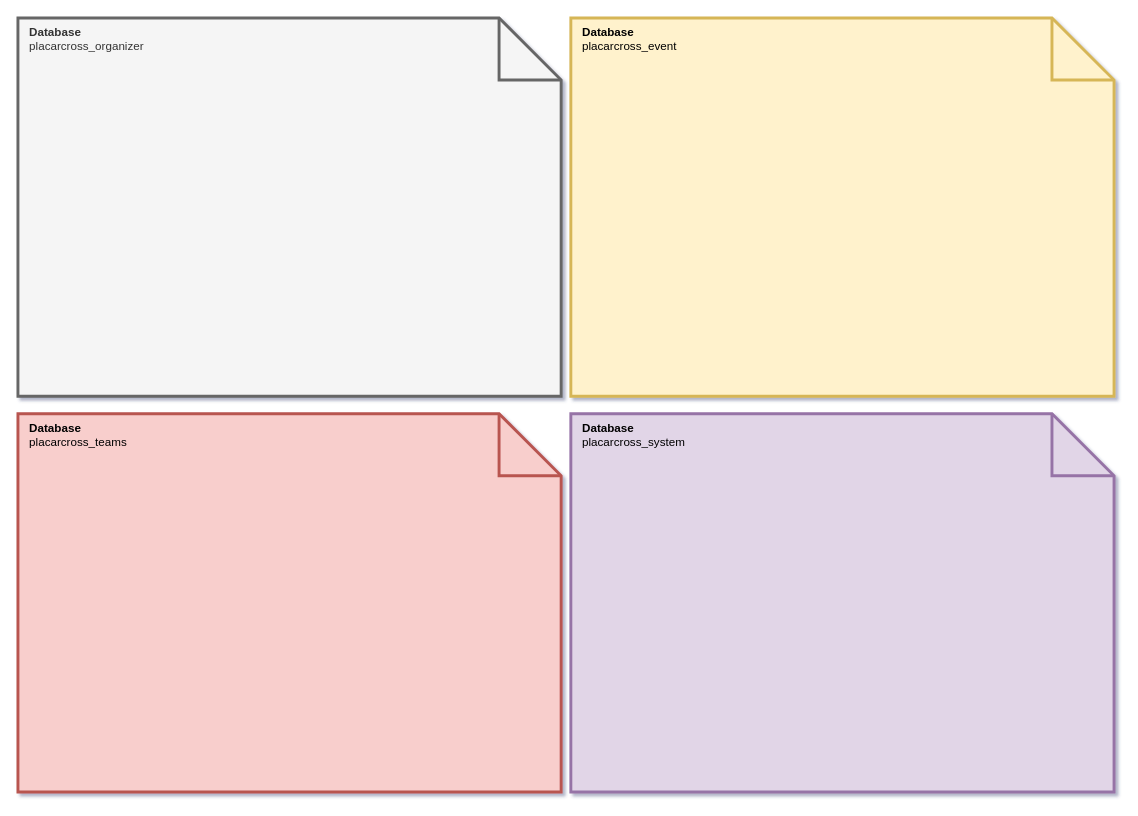
This is page "Page-1" (1 of 4) of relacionamento.drawio from sandromaia87/crossfit, a draw.io file, before an edit. Source tidied: cells renumbered, new cells numbered last; positions are measured from the earlier drawing's top-left corner, leaving out a move shared by most shapes. Both pictures are drawn from the tidied source at 97%, with x=0, y=0 at pixel (17, 17).
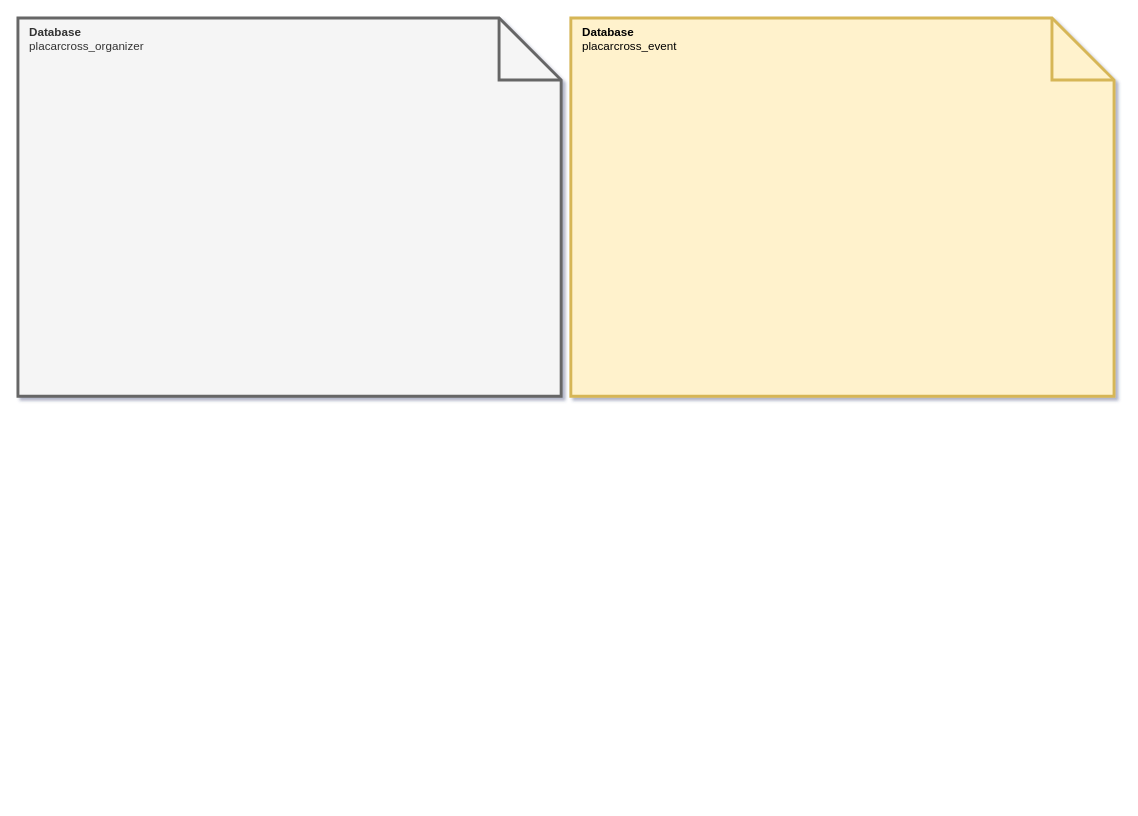
After the change.

What changed in the source:
```diff
@@
 <mxGraphModel shadow="1">
   <root>
     <mxCell id="0" />
     <mxCell id="1" parent="0" />
     <mxCell id="2" value="&lt;div&gt;&amp;nbsp;&amp;nbsp; &lt;b&gt;Database&lt;/b&gt;&lt;br&gt;&lt;/div&gt;&lt;div&gt;&amp;nbsp;&amp;nbsp; placarcross_event&lt;br&gt;&lt;/div&gt;&lt;div&gt;&lt;br&gt;&lt;/div&gt;&lt;div&gt;&lt;br&gt;&lt;/div&gt;&lt;div&gt;&lt;br&gt;&lt;/div&gt;&lt;div&gt;&lt;br&gt;&lt;/div&gt;&lt;div&gt;&lt;br&gt;&lt;/div&gt;&lt;div&gt;&lt;br&gt;&lt;/div&gt;&lt;div&gt;&lt;br&gt;&lt;/div&gt;&lt;div&gt;&lt;br&gt;&lt;/div&gt;&lt;div&gt;&lt;br&gt;&lt;/div&gt;&lt;div&gt;&lt;br&gt;&lt;/div&gt;&lt;div&gt;&lt;br&gt;&lt;/div&gt;&lt;div&gt;&lt;br&gt;&lt;/div&gt;&lt;div&gt;&lt;br&gt;&lt;/div&gt;&lt;div&gt;&lt;br&gt;&lt;/div&gt;&lt;div&gt;&lt;br&gt;&lt;/div&gt;&lt;div&gt;&lt;br&gt;&lt;/div&gt;&lt;div&gt;&lt;br&gt;&lt;/div&gt;&lt;div&gt;&lt;br&gt;&lt;/div&gt;&lt;div&gt;&lt;br&gt;&lt;/div&gt;&lt;div&gt;&lt;br&gt;&lt;/div&gt;&lt;div&gt;&lt;br&gt;&lt;/div&gt;&lt;div&gt;&lt;br&gt;&lt;/div&gt;&lt;div&gt;&lt;br&gt;&lt;/div&gt;&lt;div&gt;&lt;br&gt;&lt;/div&gt;" style="shape=note;size=64;whiteSpace=wrap;html=1;align=left;fillColor=#fff2cc;strokeColor=#d6b656;strokeWidth=3;" parent="1" vertex="1">
       <mxGeometry x="570" width="560" height="390" as="geometry" />
     </mxCell>
     <mxCell id="3" value="&lt;div&gt;&amp;nbsp;&amp;nbsp; &lt;b&gt;Database&lt;/b&gt; &lt;br&gt;&lt;/div&gt;&lt;div&gt;&amp;nbsp;&amp;nbsp; placarcross_organizer&lt;br&gt;&lt;/div&gt;&lt;div&gt;&lt;br&gt;&lt;/div&gt;&lt;div&gt;&lt;br&gt;&lt;/div&gt;&lt;div&gt;&lt;br&gt;&lt;/div&gt;&lt;div&gt;&lt;br&gt;&lt;/div&gt;&lt;div&gt;&lt;br&gt;&lt;/div&gt;&lt;div&gt;&lt;br&gt;&lt;/div&gt;&lt;div&gt;&lt;br&gt;&lt;/div&gt;&lt;div&gt;&lt;br&gt;&lt;/div&gt;&lt;div&gt;&lt;br&gt;&lt;/div&gt;&lt;div&gt;&lt;br&gt;&lt;/div&gt;&lt;div&gt;&lt;br&gt;&lt;/div&gt;&lt;div&gt;&lt;br&gt;&lt;/div&gt;&lt;div&gt;&lt;br&gt;&lt;/div&gt;&lt;div&gt;&lt;br&gt;&lt;/div&gt;&lt;div&gt;&lt;br&gt;&lt;/div&gt;&lt;div&gt;&lt;br&gt;&lt;/div&gt;&lt;div&gt;&lt;br&gt;&lt;/div&gt;&lt;div&gt;&lt;br&gt;&lt;/div&gt;&lt;div&gt;&lt;br&gt;&lt;/div&gt;&lt;div&gt;&lt;br&gt;&lt;/div&gt;&lt;div&gt;&lt;br&gt;&lt;/div&gt;&lt;div&gt;&lt;br&gt;&lt;/div&gt;&lt;div&gt;&lt;br&gt;&lt;/div&gt;&lt;div&gt;&lt;br&gt;&lt;/div&gt;" style="shape=note;size=64;whiteSpace=wrap;html=1;align=left;fillColor=#f5f5f5;fontColor=#333333;strokeColor=#666666;gradientColor=none;strokeWidth=3;" parent="1" vertex="1">
       <mxGeometry width="560" height="390" as="geometry" />
     </mxCell>
-    <mxCell id="4" value="&lt;div&gt;&amp;nbsp;&amp;nbsp; &lt;b&gt;Database&lt;/b&gt;&lt;br&gt;&lt;/div&gt;&lt;div&gt;&amp;nbsp;&amp;nbsp; placarcross_teams&lt;br&gt;&lt;/div&gt;&lt;div&gt;&lt;br&gt;&lt;/div&gt;&lt;div&gt;&lt;br&gt;&lt;/div&gt;&lt;div&gt;&lt;br&gt;&lt;/div&gt;&lt;div&gt;&lt;br&gt;&lt;/div&gt;&lt;div&gt;&lt;br&gt;&lt;/div&gt;&lt;div&gt;&lt;br&gt;&lt;/div&gt;&lt;div&gt;&lt;br&gt;&lt;/div&gt;&lt;div&gt;&lt;br&gt;&lt;/div&gt;&lt;div&gt;&lt;br&gt;&lt;/div&gt;&lt;div&gt;&lt;br&gt;&lt;/div&gt;&lt;div&gt;&lt;br&gt;&lt;/div&gt;&lt;div&gt;&lt;br&gt;&lt;/div&gt;&lt;div&gt;&lt;br&gt;&lt;/div&gt;&lt;div&gt;&lt;br&gt;&lt;/div&gt;&lt;div&gt;&lt;br&gt;&lt;/div&gt;&lt;div&gt;&lt;br&gt;&lt;/div&gt;&lt;div&gt;&lt;br&gt;&lt;/div&gt;&lt;div&gt;&lt;br&gt;&lt;/div&gt;&lt;div&gt;&lt;br&gt;&lt;/div&gt;&lt;div&gt;&lt;br&gt;&lt;/div&gt;&lt;div&gt;&lt;br&gt;&lt;/div&gt;&lt;div&gt;&lt;br&gt;&lt;/div&gt;&lt;div&gt;&lt;br&gt;&lt;/div&gt;&lt;div&gt;&lt;br&gt;&lt;/div&gt;" style="shape=note;size=64;whiteSpace=wrap;html=1;align=left;fillColor=#f8cecc;strokeColor=#b85450;strokeWidth=3;" parent="1" vertex="1">
-      <mxGeometry y="408" width="560" height="390" as="geometry" />
-    </mxCell>
-    <mxCell id="5" value="&lt;div&gt;&amp;nbsp;&amp;nbsp; &lt;b&gt;Database&lt;/b&gt;&lt;br&gt;&lt;/div&gt;&lt;div&gt;&amp;nbsp;&amp;nbsp; placarcross_system&lt;br&gt;&lt;/div&gt;&lt;div&gt;&lt;br&gt;&lt;/div&gt;&lt;div&gt;&lt;br&gt;&lt;/div&gt;&lt;div&gt;&lt;br&gt;&lt;/div&gt;&lt;div&gt;&lt;br&gt;&lt;/div&gt;&lt;div&gt;&lt;br&gt;&lt;/div&gt;&lt;div&gt;&lt;br&gt;&lt;/div&gt;&lt;div&gt;&lt;br&gt;&lt;/div&gt;&lt;div&gt;&lt;br&gt;&lt;/div&gt;&lt;div&gt;&lt;br&gt;&lt;/div&gt;&lt;div&gt;&lt;br&gt;&lt;/div&gt;&lt;div&gt;&lt;br&gt;&lt;/div&gt;&lt;div&gt;&lt;br&gt;&lt;/div&gt;&lt;div&gt;&lt;br&gt;&lt;/div&gt;&lt;div&gt;&lt;br&gt;&lt;/div&gt;&lt;div&gt;&lt;br&gt;&lt;/div&gt;&lt;div&gt;&lt;br&gt;&lt;/div&gt;&lt;div&gt;&lt;br&gt;&lt;/div&gt;&lt;div&gt;&lt;br&gt;&lt;/div&gt;&lt;div&gt;&lt;br&gt;&lt;/div&gt;&lt;div&gt;&lt;br&gt;&lt;/div&gt;&lt;div&gt;&lt;br&gt;&lt;/div&gt;&lt;div&gt;&lt;br&gt;&lt;/div&gt;&lt;div&gt;&lt;br&gt;&lt;/div&gt;&lt;div&gt;&lt;br&gt;&lt;/div&gt;" style="shape=note;size=64;whiteSpace=wrap;html=1;align=left;fillColor=#e1d5e7;strokeColor=#9673a6;strokeWidth=3;" parent="1" vertex="1">
-      <mxGeometry x="570" y="408" width="560" height="390" as="geometry" />
-    </mxCell>
   </root>
 </mxGraphModel>
```
